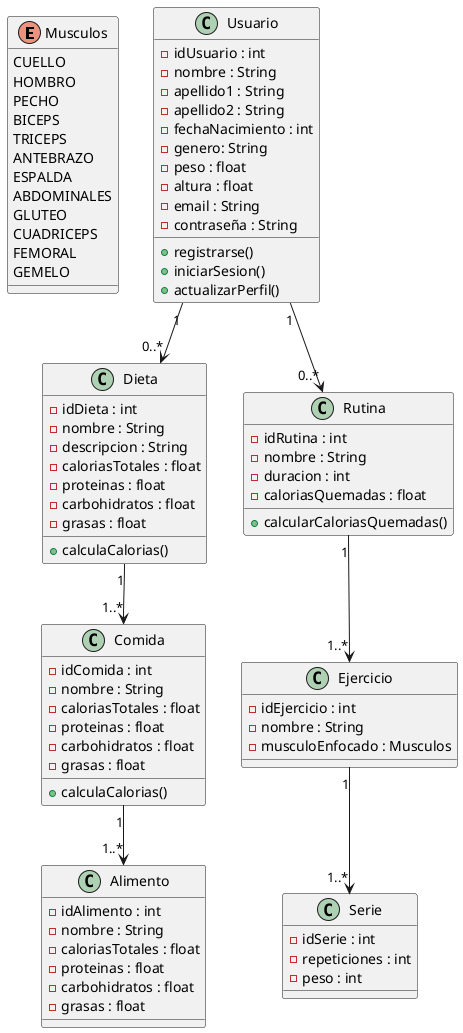
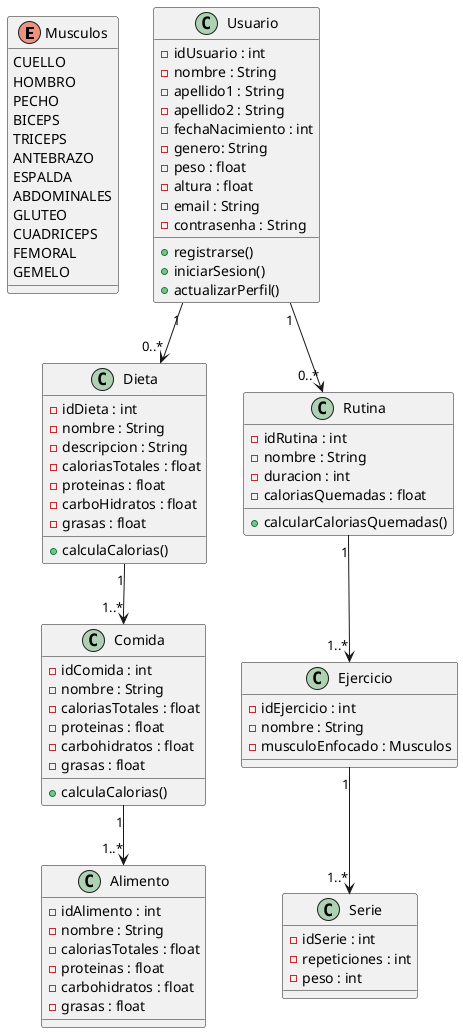
@startuml

enum Musculos  {
CUELLO
HOMBRO
PECHO
BICEPS
TRICEPS
ANTEBRAZO
ESPALDA
ABDOMINALES
GLUTEO
CUADRICEPS
FEMORAL
GEMELO
}

class Usuario {
- idUsuario : int
- nombre : String
- apellido1 : String
- apellido2 : String
- fechaNacimiento : int
- genero: String
- peso : float
- altura : float
- email : String
- - contraseña : String
+ - contrasenha : String
+ registrarse()
+ iniciarSesion()
+ actualizarPerfil()
}

class Dieta {
- idDieta : int
- nombre : String
- descripcion : String
- caloriasTotales : float
- proteinas : float
- - carbohidratos : float
+ - carboHidratos : float
- grasas : float
+ calculaCalorias()
}

class Comida {
- idComida : int
- nombre : String
- caloriasTotales : float
- proteinas : float
- carbohidratos : float
- grasas : float
+ calculaCalorias()
}

class Alimento {
- idAlimento : int
- nombre : String
- caloriasTotales : float
- proteinas : float
- carbohidratos : float
- grasas : float
}

class Rutina {
- idRutina : int
- nombre : String
- duracion : int
- caloriasQuemadas : float
+ calcularCaloriasQuemadas()
}

class Ejercicio {
- idEjercicio : int
- nombre : String
- musculoEnfocado : Musculos
}

class Serie {
- idSerie : int
- repeticiones : int
- peso : int
}

Usuario "1"  --> "0..*" Dieta

Usuario "1"  --> "0..*" Rutina

Dieta "1"  --> "1..*" Comida

Comida "1"  --> "1..*" Alimento

Rutina "1"  --> "1..*" Ejercicio

Ejercicio "1"  --> "1..*" Serie

@enduml